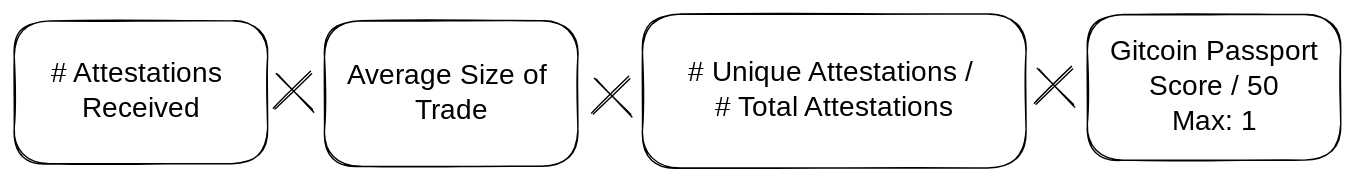
Above: formula.excalidraw.svg in 2manslkh/otc-attestation (Excalidraw), before the change. Source tidied: one line per element, renumbered; positions are measured from the earlier drawing's top-left corner, leaving out a move shared by most shapes.
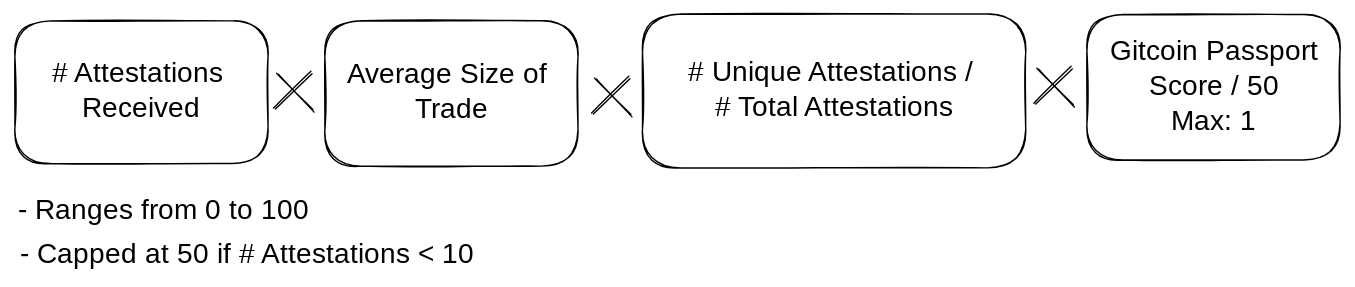
The same file after the commit.

Change to the diagram source:
```diff
@@ -12,3 +12,5 @@
 {"id": 11, "type": "line", "strokeColor": "#000000", "strokeWidth": 1, "roughness": 1, "round": true, "x": 413, "y": 71, "width": 26, "height": 25, "points": [[0, 0], [26, -25]]}
 {"id": 12, "type": "rectangle", "strokeColor": "#000000", "strokeWidth": 1, "roughness": 1, "round": true, "x": 767, "y": 0, "width": 181, "height": 104}
 {"id": 13, "type": "text", "text": "Gitcoin Passport\nScore / 50\nMax: 1", "strokeColor": "#000000", "strokeWidth": 1, "roughness": 1, "fontSize": 20, "fontFamily": 1, "textAlign": "center", "verticalAlign": "middle", "inside": 12, "x": 774, "y": 15, "width": 165, "height": 75}
+{"id": 14, "type": "text", "text": "- Capped at 50 if # Attestations < 10", "strokeColor": "#000000", "strokeWidth": 1, "roughness": 1, "fontSize": 20, "fontFamily": 1, "x": 3, "y": 160, "width": 398, "height": 25}
+{"id": 15, "type": "text", "text": "- Ranges from 0 to 100", "strokeColor": "#000000", "strokeWidth": 1, "roughness": 1, "fontSize": 20, "fontFamily": 1, "x": 2, "y": 129, "width": 237, "height": 25}
```
